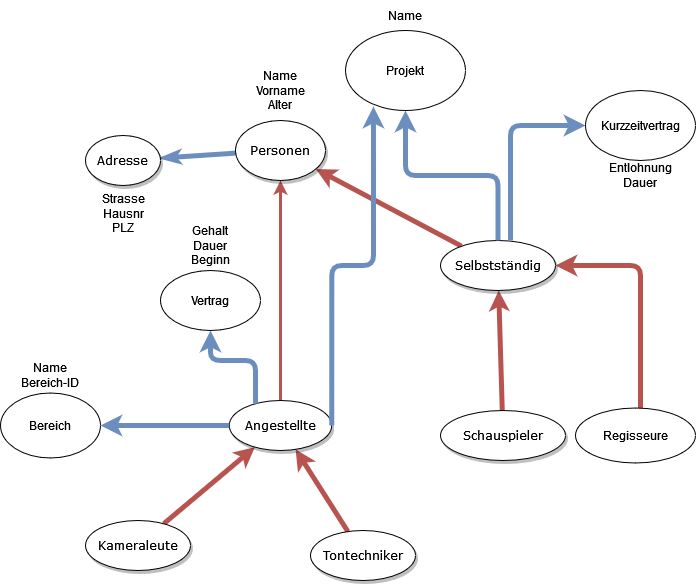
Masternuss/Datenbanken2022 keeps this draw.io diagram as Personenverwaltung.drawio.png. Above is the earlier version. Source tidied: cells renumbered, new cells last; positions are measured from the earlier drawing's top-left corner, leaving out a move shared by most shapes.
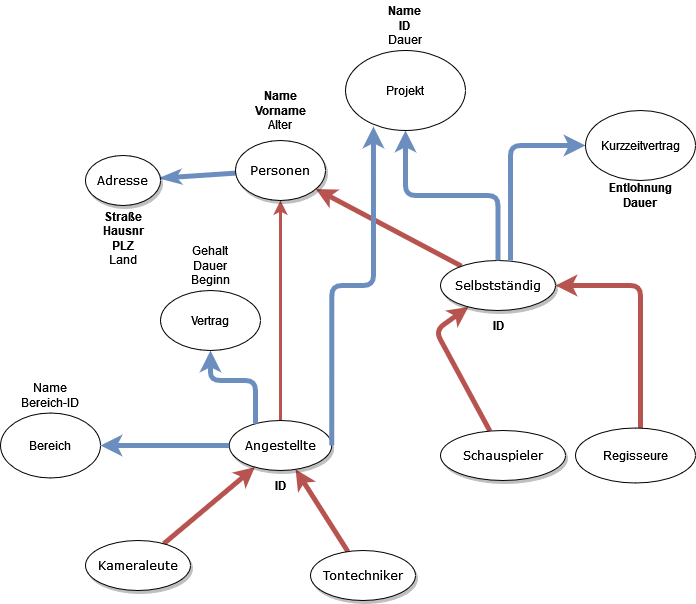
The same file after the commit.

Diff of the diagram source:
```diff
@@ -24,7 +24,11 @@
       <mxGeometry x="228.8" y="400" width="102.5" height="50" as="geometry" />
     </mxCell>
     <mxCell id="9" style="edgeStyle=none;rounded=1;html=1;labelBackgroundColor=none;startArrow=classic;startFill=1;startSize=5;endArrow=none;endFill=0;endSize=5;jettySize=auto;strokeColor=#b85450;strokeWidth=5;fontFamily=Verdana;fontSize=12;fillColor=#f8cecc;" parent="1" edge="1" source="11" target="12">
-      <mxGeometry relative="1" as="geometry" />
+      <mxGeometry relative="1" as="geometry">
+        <Array as="points">
+          <mxPoint x="435" y="310" />
+        </Array>
+      </mxGeometry>
     </mxCell>
     <mxCell id="10" style="edgeStyle=orthogonalEdgeStyle;rounded=1;jettySize=auto;html=1;startArrow=classic;startFill=1;endArrow=none;endFill=0;strokeWidth=5;fillColor=#f8cecc;strokeColor=#b85450;" parent="1" edge="1" source="11" target="16">
       <mxGeometry relative="1" as="geometry">
@@ -70,13 +74,13 @@
     <mxCell id="21" value="&lt;div&gt;Projekt&lt;/div&gt;" style="ellipse;whiteSpace=wrap;html=1;" parent="1" vertex="1">
       <mxGeometry x="345" y="30" width="120" height="80" as="geometry" />
     </mxCell>
-    <mxCell id="22" value="&lt;div&gt;Entlohnung&lt;br&gt;&lt;/div&gt;&lt;div&gt;Dauer&lt;br&gt;&lt;/div&gt;" style="text;html=1;strokeColor=none;fillColor=none;align=center;verticalAlign=middle;whiteSpace=wrap;rounded=0;" parent="1" vertex="1">
+    <mxCell id="22" value="&lt;div&gt;&lt;b&gt;Entlohnung&lt;br&gt;&lt;/b&gt;&lt;/div&gt;&lt;div&gt;&lt;b&gt;Dauer&lt;br&gt;&lt;/b&gt;&lt;/div&gt;" style="text;html=1;strokeColor=none;fillColor=none;align=center;verticalAlign=middle;whiteSpace=wrap;rounded=0;" parent="1" vertex="1">
       <mxGeometry x="602.5" y="160" width="75" height="30" as="geometry" />
     </mxCell>
-    <mxCell id="23" value="&lt;div&gt;Strasse&lt;/div&gt;&lt;div&gt;Hausnr&lt;/div&gt;&lt;div&gt;PLZ&lt;br&gt;&lt;/div&gt;" style="text;html=1;strokeColor=none;fillColor=none;align=center;verticalAlign=middle;whiteSpace=wrap;rounded=0;" parent="1" vertex="1">
-      <mxGeometry x="92.5" y="185" width="60" height="55" as="geometry" />
+    <mxCell id="23" value="&lt;div&gt;&lt;b&gt;Straße&lt;/b&gt;&lt;/div&gt;&lt;div&gt;&lt;b&gt;Hausnr&lt;/b&gt;&lt;/div&gt;&lt;div&gt;&lt;b&gt;PLZ&lt;br&gt;&lt;/b&gt;&lt;/div&gt;&lt;div&gt;Land&lt;br&gt;&lt;b&gt;&lt;/b&gt;&lt;/div&gt;" style="text;html=1;strokeColor=none;fillColor=none;align=center;verticalAlign=middle;whiteSpace=wrap;rounded=0;" parent="1" vertex="1">
+      <mxGeometry x="92.5" y="185" width="60" height="65" as="geometry" />
     </mxCell>
-    <mxCell id="24" value="&lt;div&gt;Name&lt;/div&gt;&lt;div&gt;Vorname&lt;/div&gt;&lt;div&gt;Alter&lt;br&gt;&lt;/div&gt;" style="text;html=1;strokeColor=none;fillColor=none;align=center;verticalAlign=middle;whiteSpace=wrap;rounded=0;" parent="1" vertex="1">
+    <mxCell id="24" value="&lt;div&gt;&lt;b&gt;Name&lt;/b&gt;&lt;/div&gt;&lt;div&gt;&lt;b&gt;Vorname&lt;/b&gt;&lt;/div&gt;&lt;div&gt;Alter&lt;br&gt;&lt;/div&gt;" style="text;html=1;strokeColor=none;fillColor=none;align=center;verticalAlign=middle;whiteSpace=wrap;rounded=0;" parent="1" vertex="1">
       <mxGeometry x="250" y="60" width="60" height="60" as="geometry" />
     </mxCell>
     <mxCell id="25" style="edgeStyle=orthogonalEdgeStyle;rounded=1;jettySize=auto;html=1;startArrow=classic;startFill=1;endArrow=none;endFill=0;strokeColor=#6c8ebf;strokeWidth=5;fillColor=#dae8fc;" parent="1" edge="1" source="26" target="8">
@@ -88,8 +92,8 @@
     <mxCell id="27" value="&lt;div&gt;Name&lt;/div&gt;&lt;div&gt;Bereich-ID&lt;br&gt;&lt;/div&gt;" style="text;html=1;strokeColor=none;fillColor=none;align=center;verticalAlign=middle;whiteSpace=wrap;rounded=0;" parent="1" vertex="1">
       <mxGeometry x="15" y="357.5" width="70" height="35" as="geometry" />
     </mxCell>
-    <mxCell id="28" value="Name" style="text;html=1;strokeColor=none;fillColor=none;align=center;verticalAlign=middle;whiteSpace=wrap;rounded=0;" parent="1" vertex="1">
-      <mxGeometry x="375" width="60" height="30" as="geometry" />
+    <mxCell id="28" value="&lt;div&gt;&lt;b&gt;Name&lt;/b&gt;&lt;/div&gt;&lt;div&gt;&lt;b&gt;ID&lt;br&gt;&lt;/b&gt;&lt;/div&gt;&lt;div&gt;Dauer&lt;br&gt;&lt;b&gt;&lt;/b&gt;&lt;/div&gt;" style="text;html=1;strokeColor=none;fillColor=none;align=center;verticalAlign=middle;whiteSpace=wrap;rounded=0;" parent="1" vertex="1">
+      <mxGeometry x="375" y="-20" width="60" height="50" as="geometry" />
     </mxCell>
     <mxCell id="29" style="edgeStyle=orthogonalEdgeStyle;rounded=1;jettySize=auto;html=1;startArrow=classic;startFill=1;endArrow=none;endFill=0;strokeColor=#6c8ebf;strokeWidth=5;fillColor=#dae8fc;" parent="1" edge="1" source="30" target="8">
       <mxGeometry relative="1" as="geometry">
@@ -105,5 +109,11 @@
     <mxCell id="31" value="&lt;div&gt;Gehalt&lt;/div&gt;&lt;div&gt;Dauer&lt;/div&gt;Beginn" style="text;html=1;strokeColor=none;fillColor=none;align=center;verticalAlign=middle;whiteSpace=wrap;rounded=0;" parent="1" vertex="1">
       <mxGeometry x="180" y="220" width="60" height="50" as="geometry" />
     </mxCell>
+    <mxCell id="32" value="&lt;b&gt;ID&lt;/b&gt;" style="text;html=1;strokeColor=none;fillColor=none;align=center;verticalAlign=middle;whiteSpace=wrap;rounded=0;" parent="1" vertex="1">
+      <mxGeometry x="250" y="450" width="60" height="30" as="geometry" />
+    </mxCell>
+    <mxCell id="33" value="&lt;b&gt;ID&lt;/b&gt;" style="text;html=1;strokeColor=none;fillColor=none;align=center;verticalAlign=middle;whiteSpace=wrap;rounded=0;" parent="1" vertex="1">
+      <mxGeometry x="467.5" y="290" width="60" height="30" as="geometry" />
+    </mxCell>
   </root>
 </mxGraphModel>
```
